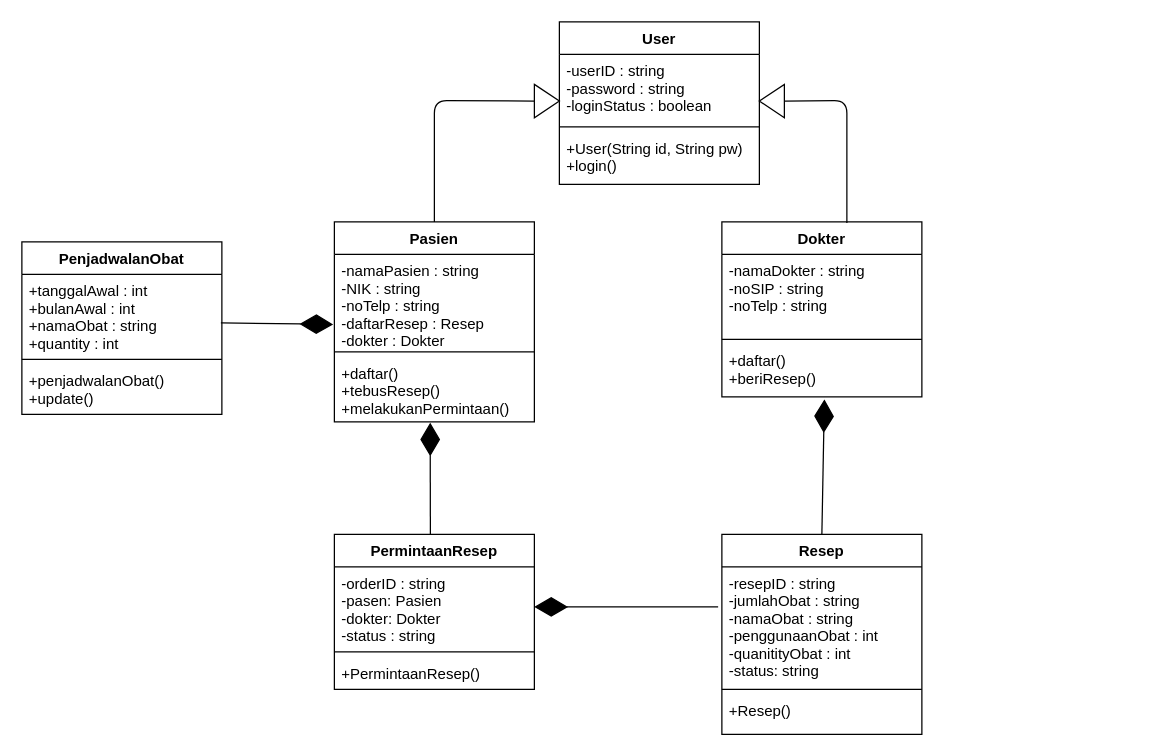
The draw.io diagram class diagram.drawio in WidadAbida/Praktikum-PPL, before the edit. Source tidied: cells renumbered, new cells numbered last; positions are measured from the earlier drawing's top-left corner, leaving out a move shared by most shapes. Both pictures are drawn from the tidied source at 125%, with x=0, y=0 at pixel (21, 21).
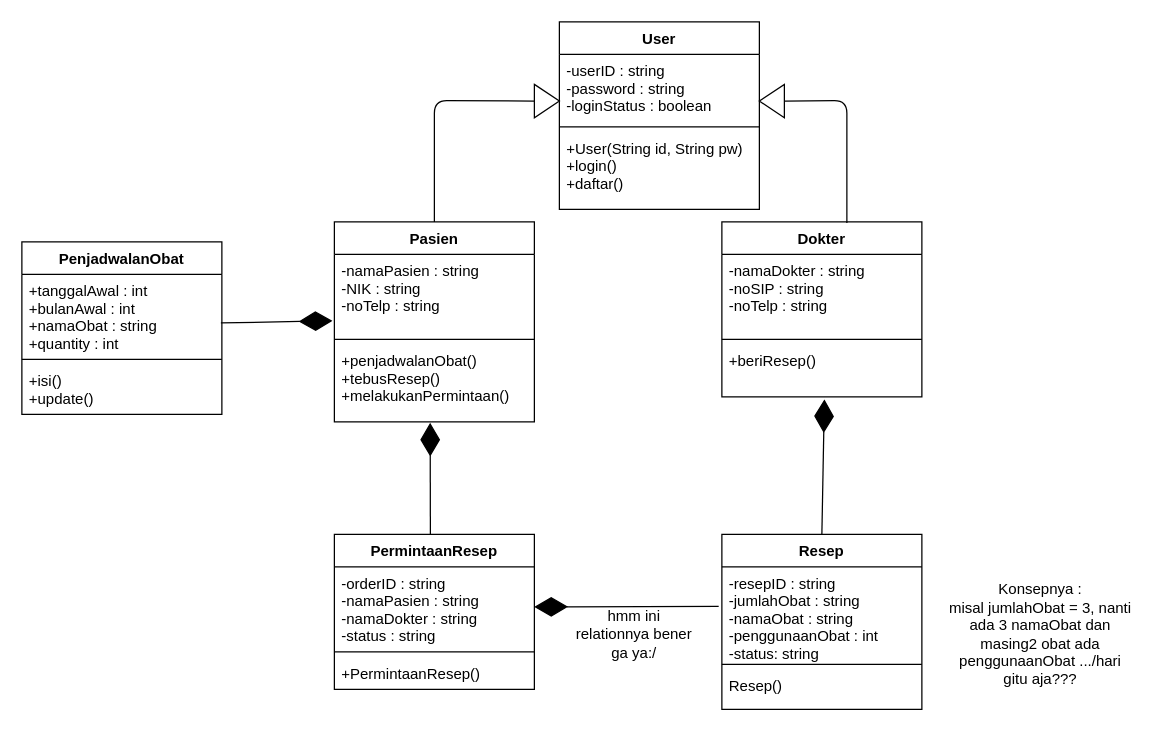
The same page after the edit.

The change refers to these unchanged cells:
```xml
<mxCell id="6" value="Pasien" style="swimlane;fontStyle=1;align=center;verticalAlign=top;horizontal=1;startSize=26;" parent="1" vertex="1">
  <mxGeometry x="250" y="160" width="160" height="160" as="geometry" />
</mxCell>
<mxCell id="10" value="Dokter" style="swimlane;fontStyle=1;align=center;verticalAlign=top;horizontal=1;startSize=26;" parent="1" vertex="1">
  <mxGeometry x="560" y="160" width="160" height="140" as="geometry" />
</mxCell>
<mxCell id="19" value="PenjadwalanObat" style="swimlane;fontStyle=1;align=center;verticalAlign=top;horizontal=1;startSize=26;" parent="1" vertex="1">
  <mxGeometry y="176" width="160" height="138" as="geometry" />
</mxCell>
<mxCell id="20" value="+tanggalAwal : int&#10;+bulanAwal : int&#10;+namaObat : string&#10;+quantity : int" style="text;strokeColor=none;fillColor=none;align=left;verticalAlign=top;spacingLeft=4;spacingRight=4;overflow=hidden;points=[[0,0.5],[1,0.5]];portConstraint=eastwest;" parent="19" vertex="1">
  <mxGeometry y="26" width="160" height="64" as="geometry" />
</mxCell>
<mxCell id="23" value="PermintaanResep" style="swimlane;fontStyle=1;align=center;verticalAlign=top;horizontal=1;startSize=26;" parent="1" vertex="1">
  <mxGeometry x="250" y="410" width="160" height="124" as="geometry" />
</mxCell>
```

Change to the diagram source:
```diff
@@
     <mxCell id="2" value="User" style="swimlane;fontStyle=1;align=center;verticalAlign=top;horizontal=1;startSize=26;" parent="1" vertex="1">
-      <mxGeometry x="430" width="160" height="130" as="geometry" />
+      <mxGeometry x="430" width="160" height="150" as="geometry" />
     </mxCell>
@@
-    <mxCell id="5" value="+User(String id, String pw)&#10;+login()&#10;&#10;" style="text;strokeColor=none;fillColor=none;align=left;verticalAlign=top;spacingLeft=4;spacingRight=4;overflow=hidden;" parent="2" vertex="1">
-      <mxGeometry y="88" width="160" height="42" as="geometry" />
+    <mxCell id="5" value="+User(String id, String pw)&#10;+login()&#10;+daftar()&#10;" style="text;strokeColor=none;fillColor=none;align=left;verticalAlign=top;spacingLeft=4;spacingRight=4;overflow=hidden;" parent="2" vertex="1">
+      <mxGeometry y="88" width="160" height="62" as="geometry" />
     </mxCell>
@@
-    <mxCell id="7" value="-namaPasien : string&#10;-NIK : string&#10;-noTelp : string&#10;-daftarResep : Resep&#10;-dokter : Dokter&#10;" style="text;strokeColor=none;fillColor=none;align=left;verticalAlign=top;spacingLeft=4;spacingRight=4;overflow=hidden;points=[[0,0.5],[1,0.5]];portConstraint=eastwest;" parent="6" vertex="1">
-      <mxGeometry y="26" width="160" height="74" as="geometry" />
+    <mxCell id="7" value="-namaPasien : string&#10;-NIK : string&#10;-noTelp : string" style="text;strokeColor=none;fillColor=none;align=left;verticalAlign=top;spacingLeft=4;spacingRight=4;overflow=hidden;points=[[0,0.5],[1,0.5]];portConstraint=eastwest;" parent="6" vertex="1">
+      <mxGeometry y="26" width="160" height="64" as="geometry" />
     </mxCell>
     <mxCell id="8" style="line;strokeWidth=1;fillColor=none;align=left;verticalAlign=middle;spacingTop=-1;spacingLeft=3;spacingRight=3;labelPosition=right;" parent="6" vertex="1">
-      <mxGeometry y="100" width="160" height="8" as="geometry" />
+      <mxGeometry y="90" width="160" height="8" as="geometry" />
     </mxCell>
-    <mxCell id="9" value="+daftar()&#10;+tebusResep()&#10;+melakukanPermintaan()&#10;" style="text;strokeColor=none;fillColor=none;align=left;verticalAlign=top;spacingLeft=4;spacingRight=4;overflow=hidden;points=[[0,0.5],[1,0.5]];portConstraint=eastwest;" parent="6" vertex="1">
-      <mxGeometry y="108" width="160" height="52" as="geometry" />
+    <mxCell id="9" value="+penjadwalanObat()&#10;+tebusResep()&#10;+melakukanPermintaan()&#10;" style="text;strokeColor=none;fillColor=none;align=left;verticalAlign=top;spacingLeft=4;spacingRight=4;overflow=hidden;points=[[0,0.5],[1,0.5]];portConstraint=eastwest;" parent="6" vertex="1">
+      <mxGeometry y="98" width="160" height="62" as="geometry" />
     </mxCell>
@@
-    <mxCell id="13" value="+daftar()&#10;+beriResep()" style="text;strokeColor=none;fillColor=none;align=left;verticalAlign=top;spacingLeft=4;spacingRight=4;overflow=hidden;" parent="10" vertex="1">
+    <mxCell id="13" value="+beriResep()" style="text;strokeColor=none;fillColor=none;align=left;verticalAlign=top;spacingLeft=4;spacingRight=4;overflow=hidden;" parent="10" vertex="1">
       <mxGeometry y="98" width="160" height="42" as="geometry" />
     </mxCell>
@@
-    <mxCell id="18" style="endArrow=diamondThin;endFill=1;endSize=24;html=1;entryX=-0.006;entryY=0.757;entryDx=0;entryDy=0;entryPerimeter=0;exitX=0.995;exitY=0.607;exitDx=0;exitDy=0;exitPerimeter=0;" parent="1" edge="1" source="20" target="7">
+    <mxCell id="18" style="endArrow=diamondThin;endFill=1;endSize=24;html=1;entryX=-0.01;entryY=0.831;entryDx=0;entryDy=0;entryPerimeter=0;exitX=0.995;exitY=0.607;exitDx=0;exitDy=0;exitPerimeter=0;" parent="1" edge="1" source="20" target="7">
       <mxGeometry relative="1" as="geometry" />
     </mxCell>
@@
-    <mxCell id="22" value="+penjadwalanObat()&#10;+update()" style="text;strokeColor=none;fillColor=none;align=left;verticalAlign=top;spacingLeft=4;spacingRight=4;overflow=hidden;" parent="19" vertex="1">
+    <mxCell id="22" value="+isi()&#10;+update()" style="text;strokeColor=none;fillColor=none;align=left;verticalAlign=top;spacingLeft=4;spacingRight=4;overflow=hidden;" parent="19" vertex="1">
       <mxGeometry y="98" width="160" height="40" as="geometry" />
     </mxCell>
@@
-    <mxCell id="24" value="-orderID : string&#10;-pasen: Pasien&#10;-dokter: Dokter&#10;-status : string&#10;" style="text;strokeColor=none;fillColor=none;align=left;verticalAlign=top;spacingLeft=4;spacingRight=4;overflow=hidden;points=[[0,0.5],[1,0.5]];portConstraint=eastwest;" parent="23" vertex="1">
+    <mxCell id="24" value="-orderID : string&#10;-namaPasien : string&#10;-namaDokter : string&#10;-status : string&#10;" style="text;strokeColor=none;fillColor=none;align=left;verticalAlign=top;spacingLeft=4;spacingRight=4;overflow=hidden;points=[[0,0.5],[1,0.5]];portConstraint=eastwest;" parent="23" vertex="1">
       <mxGeometry y="26" width="160" height="64" as="geometry" />
     </mxCell>
@@
     <mxCell id="28" value="Resep" style="swimlane;fontStyle=1;align=center;verticalAlign=top;horizontal=1;startSize=26;" parent="1" vertex="1">
-      <mxGeometry x="560" y="410" width="160" height="160" as="geometry" />
+      <mxGeometry x="560" y="410" width="160" height="140" as="geometry" />
     </mxCell>
-    <mxCell id="29" value="-resepID : string&#10;-jumlahObat : string&#10;-namaObat : string&#10;-penggunaanObat : int&#10;-quanitityObat : int&#10;-status: string&#10;" style="text;strokeColor=none;fillColor=none;align=left;verticalAlign=top;spacingLeft=4;spacingRight=4;overflow=hidden;points=[[0,0.5],[1,0.5]];portConstraint=eastwest;" parent="28" vertex="1">
-      <mxGeometry y="26" width="160" height="94" as="geometry" />
+    <mxCell id="29" value="-resepID : string&#10;-jumlahObat : string&#10;-namaObat : string&#10;-penggunaanObat : int&#10;-status: string&#10;" style="text;strokeColor=none;fillColor=none;align=left;verticalAlign=top;spacingLeft=4;spacingRight=4;overflow=hidden;points=[[0,0.5],[1,0.5]];portConstraint=eastwest;" parent="28" vertex="1">
+      <mxGeometry y="26" width="160" height="74" as="geometry" />
     </mxCell>
     <mxCell id="30" style="line;strokeWidth=1;fillColor=none;align=left;verticalAlign=middle;spacingTop=-1;spacingLeft=3;spacingRight=3;labelPosition=right;" parent="28" vertex="1">
-      <mxGeometry y="120" width="160" height="8" as="geometry" />
+      <mxGeometry y="100" width="160" height="8" as="geometry" />
     </mxCell>
-    <mxCell id="31" value="+Resep()" style="text;strokeColor=none;fillColor=none;align=left;verticalAlign=top;spacingLeft=4;spacingRight=4;overflow=hidden;" parent="28" vertex="1">
-      <mxGeometry y="128" width="160" height="32" as="geometry" />
+    <mxCell id="31" value="Resep()" style="text;strokeColor=none;fillColor=none;align=left;verticalAlign=top;spacingLeft=4;spacingRight=4;overflow=hidden;" parent="28" vertex="1">
+      <mxGeometry y="108" width="160" height="32" as="geometry" />
     </mxCell>
@@
-    <mxCell id="33" style="endArrow=diamondThin;endFill=1;endSize=24;html=1;entryX=1;entryY=0.5;entryDx=0;entryDy=0;" parent="1" edge="1" target="24">
-      <mxGeometry relative="1" as="geometry">
-        <mxPoint x="557" y="468" as="sourcePoint" />
-      </mxGeometry>
+    <mxCell id="33" style="endArrow=diamondThin;endFill=1;endSize=24;html=1;entryX=1;entryY=0.5;entryDx=0;entryDy=0;exitX=-0.016;exitY=0.426;exitDx=0;exitDy=0;exitPerimeter=0;" parent="1" edge="1" source="29" target="24">
+      <mxGeometry relative="1" as="geometry" />
     </mxCell>
+    <mxCell id="34" value="hmm ini relationnya bener ga ya:/" style="text;html=1;strokeColor=none;fillColor=none;align=center;verticalAlign=middle;whiteSpace=wrap;rounded=0;" parent="1" vertex="1">
+      <mxGeometry x="440" y="480" width="100" height="20" as="geometry" />
+    </mxCell>
+    <mxCell id="35" value="Konsepnya :&lt;br&gt;misal jumlahObat = 3, nanti ada 3 namaObat dan masing2 obat ada penggunaanObat .../hari&lt;br&gt;gitu aja???" style="text;html=1;strokeColor=none;fillColor=none;align=center;verticalAlign=middle;whiteSpace=wrap;rounded=0;" parent="1" vertex="1">
+      <mxGeometry x="740" y="480" width="150" height="20" as="geometry" />
+    </mxCell>
```
